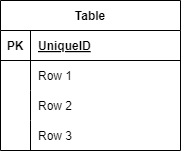
Earlier version of the draw.io export ER.png (nishimiyu0313/yamadamiyu-checktest1). Source tidied: cells renumbered, new cells last; positions are measured from the earlier drawing's top-left corner, leaving out a move shared by most shapes. Source of this version:
```xml
<mxGraphModel>
  <root>
    <mxCell id="0" />
    <mxCell id="1" parent="0" />
    <mxCell id="2" value="Table" style="shape=table;startSize=30;rowLines=0;fontStyle=1;align=center;" parent="1" vertex="1">
      <mxGeometry width="180" height="150" as="geometry" />
    </mxCell>
    <mxCell id="3" style="shape=tableRow;horizontal=0;startSize=0;swimlaneHead=0;swimlaneBody=0;fillColor=none;top=0;left=0;right=0;bottom=1;" parent="2" vertex="1">
      <mxGeometry y="30" width="180" height="30" as="geometry" />
    </mxCell>
    <mxCell id="4" value="PK" style="shape=partialRectangle;fillColor=none;top=0;left=0;bottom=0;right=0;fontStyle=1;overflow=hidden;" parent="3" vertex="1">
      <mxGeometry width="30" height="30" as="geometry" />
    </mxCell>
    <mxCell id="5" value="UniqueID" style="shape=partialRectangle;fillColor=none;top=0;left=0;bottom=0;right=0;align=left;spacingLeft=6;fontStyle=5;overflow=hidden;" parent="3" vertex="1">
      <mxGeometry x="30" width="150" height="30" as="geometry" />
    </mxCell>
    <mxCell id="6" style="shape=tableRow;horizontal=0;startSize=0;swimlaneHead=0;swimlaneBody=0;fillColor=none;top=0;left=0;right=0;bottom=0;" parent="2" vertex="1">
      <mxGeometry y="60" width="180" height="30" as="geometry" />
    </mxCell>
    <mxCell id="7" style="shape=partialRectangle;fillColor=none;top=0;left=0;bottom=0;right=0;overflow=hidden;" parent="6" vertex="1">
      <mxGeometry width="30" height="30" as="geometry" />
    </mxCell>
    <mxCell id="8" value="Row 1" style="shape=partialRectangle;fillColor=none;top=0;left=0;bottom=0;right=0;align=left;spacingLeft=6;overflow=hidden;" parent="6" vertex="1">
      <mxGeometry x="30" width="150" height="30" as="geometry" />
    </mxCell>
    <mxCell id="9" style="shape=tableRow;horizontal=0;startSize=0;swimlaneHead=0;swimlaneBody=0;fillColor=none;points=[[0,0.5],[1,0.5]];portConstraint=eastwest;top=0;left=0;right=0;bottom=0;" parent="2" vertex="1">
      <mxGeometry y="90" width="180" height="30" as="geometry" />
    </mxCell>
    <mxCell id="10" style="shape=partialRectangle;fillColor=none;top=0;left=0;bottom=0;right=0;overflow=hidden;" parent="9" vertex="1">
      <mxGeometry width="30" height="30" as="geometry" />
    </mxCell>
    <mxCell id="11" value="Row 2" style="shape=partialRectangle;fillColor=none;top=0;left=0;bottom=0;right=0;align=left;spacingLeft=6;overflow=hidden;" parent="9" vertex="1">
      <mxGeometry x="30" width="150" height="30" as="geometry" />
    </mxCell>
    <mxCell id="12" style="shape=tableRow;horizontal=0;startSize=0;swimlaneHead=0;swimlaneBody=0;fillColor=none;top=0;left=0;right=0;bottom=0;" parent="2" vertex="1">
      <mxGeometry y="120" width="180" height="30" as="geometry" />
    </mxCell>
    <mxCell id="13" style="shape=partialRectangle;fillColor=none;top=0;left=0;bottom=0;right=0;overflow=hidden;" parent="12" vertex="1">
      <mxGeometry width="30" height="30" as="geometry" />
    </mxCell>
    <mxCell id="14" value="Row 3" style="shape=partialRectangle;fillColor=none;top=0;left=0;bottom=0;right=0;align=left;spacingLeft=6;overflow=hidden;" parent="12" vertex="1">
      <mxGeometry x="30" width="150" height="30" as="geometry" />
    </mxCell>
  </root>
</mxGraphModel>
```
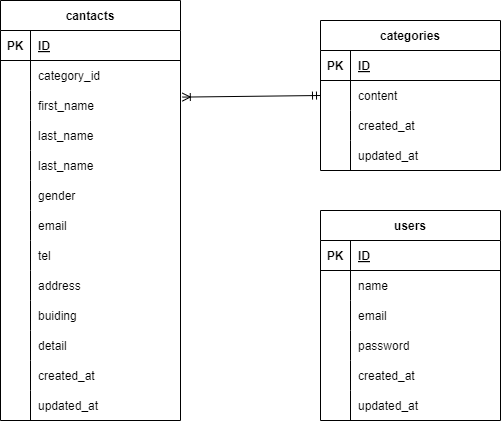
The same file after the commit.

Commit message:
リモートリポジトリの変更

Diff of the diagram source:
```diff
@@ -2,8 +2,8 @@
   <root>
     <mxCell id="0" />
     <mxCell id="1" parent="0" />
-    <mxCell id="2" value="Table" style="shape=table;startSize=30;rowLines=0;fontStyle=1;align=center;" parent="1" vertex="1">
-      <mxGeometry width="180" height="150" as="geometry" />
+    <mxCell id="2" value="cantacts" style="shape=table;startSize=30;rowLines=0;fontStyle=1;align=center;" parent="1" vertex="1">
+      <mxGeometry width="180" height="420" as="geometry" />
     </mxCell>
     <mxCell id="3" style="shape=tableRow;horizontal=0;startSize=0;swimlaneHead=0;swimlaneBody=0;fillColor=none;top=0;left=0;right=0;bottom=1;" parent="2" vertex="1">
       <mxGeometry y="30" width="180" height="30" as="geometry" />
@@ -11,7 +11,7 @@
     <mxCell id="4" value="PK" style="shape=partialRectangle;fillColor=none;top=0;left=0;bottom=0;right=0;fontStyle=1;overflow=hidden;" parent="3" vertex="1">
       <mxGeometry width="30" height="30" as="geometry" />
     </mxCell>
-    <mxCell id="5" value="UniqueID" style="shape=partialRectangle;fillColor=none;top=0;left=0;bottom=0;right=0;align=left;spacingLeft=6;fontStyle=5;overflow=hidden;" parent="3" vertex="1">
+    <mxCell id="5" value="ID" style="shape=partialRectangle;fillColor=none;top=0;left=0;bottom=0;right=0;align=left;spacingLeft=6;fontStyle=5;overflow=hidden;" parent="3" vertex="1">
       <mxGeometry x="30" width="150" height="30" as="geometry" />
     </mxCell>
     <mxCell id="6" style="shape=tableRow;horizontal=0;startSize=0;swimlaneHead=0;swimlaneBody=0;fillColor=none;top=0;left=0;right=0;bottom=0;" parent="2" vertex="1">
@@ -20,7 +20,7 @@
     <mxCell id="7" style="shape=partialRectangle;fillColor=none;top=0;left=0;bottom=0;right=0;overflow=hidden;" parent="6" vertex="1">
       <mxGeometry width="30" height="30" as="geometry" />
     </mxCell>
-    <mxCell id="8" value="Row 1" style="shape=partialRectangle;fillColor=none;top=0;left=0;bottom=0;right=0;align=left;spacingLeft=6;overflow=hidden;" parent="6" vertex="1">
+    <mxCell id="8" value="category_id" style="shape=partialRectangle;fillColor=none;top=0;left=0;bottom=0;right=0;align=left;spacingLeft=6;overflow=hidden;" parent="6" vertex="1">
       <mxGeometry x="30" width="150" height="30" as="geometry" />
     </mxCell>
     <mxCell id="9" style="shape=tableRow;horizontal=0;startSize=0;swimlaneHead=0;swimlaneBody=0;fillColor=none;points=[[0,0.5],[1,0.5]];portConstraint=eastwest;top=0;left=0;right=0;bottom=0;" parent="2" vertex="1">
@@ -29,7 +29,7 @@
     <mxCell id="10" style="shape=partialRectangle;fillColor=none;top=0;left=0;bottom=0;right=0;overflow=hidden;" parent="9" vertex="1">
       <mxGeometry width="30" height="30" as="geometry" />
     </mxCell>
-    <mxCell id="11" value="Row 2" style="shape=partialRectangle;fillColor=none;top=0;left=0;bottom=0;right=0;align=left;spacingLeft=6;overflow=hidden;" parent="9" vertex="1">
+    <mxCell id="11" value="first_name" style="shape=partialRectangle;fillColor=none;top=0;left=0;bottom=0;right=0;align=left;spacingLeft=6;overflow=hidden;" parent="9" vertex="1">
       <mxGeometry x="30" width="150" height="30" as="geometry" />
     </mxCell>
     <mxCell id="12" style="shape=tableRow;horizontal=0;startSize=0;swimlaneHead=0;swimlaneBody=0;fillColor=none;top=0;left=0;right=0;bottom=0;" parent="2" vertex="1">
@@ -38,8 +38,188 @@
     <mxCell id="13" style="shape=partialRectangle;fillColor=none;top=0;left=0;bottom=0;right=0;overflow=hidden;" parent="12" vertex="1">
       <mxGeometry width="30" height="30" as="geometry" />
     </mxCell>
-    <mxCell id="14" value="Row 3" style="shape=partialRectangle;fillColor=none;top=0;left=0;bottom=0;right=0;align=left;spacingLeft=6;overflow=hidden;" parent="12" vertex="1">
+    <mxCell id="14" value="last_name" style="shape=partialRectangle;fillColor=none;top=0;left=0;bottom=0;right=0;align=left;spacingLeft=6;overflow=hidden;" parent="12" vertex="1">
       <mxGeometry x="30" width="150" height="30" as="geometry" />
     </mxCell>
+    <mxCell id="15" style="shape=tableRow;horizontal=0;startSize=0;swimlaneHead=0;swimlaneBody=0;fillColor=none;top=0;left=0;right=0;bottom=0;" parent="2" vertex="1">
+      <mxGeometry y="150" width="180" height="30" as="geometry" />
+    </mxCell>
+    <mxCell id="16" style="shape=partialRectangle;fillColor=none;top=0;left=0;bottom=0;right=0;overflow=hidden;" parent="15" vertex="1">
+      <mxGeometry width="30" height="30" as="geometry" />
+    </mxCell>
+    <mxCell id="17" value="last_name" style="shape=partialRectangle;fillColor=none;top=0;left=0;bottom=0;right=0;align=left;spacingLeft=6;overflow=hidden;" parent="15" vertex="1">
+      <mxGeometry x="30" width="150" height="30" as="geometry" />
+    </mxCell>
+    <mxCell id="18" style="shape=tableRow;horizontal=0;startSize=0;swimlaneHead=0;swimlaneBody=0;fillColor=none;top=0;left=0;right=0;bottom=0;" parent="2" vertex="1">
+      <mxGeometry y="180" width="180" height="30" as="geometry" />
+    </mxCell>
+    <mxCell id="19" style="shape=partialRectangle;fillColor=none;top=0;left=0;bottom=0;right=0;overflow=hidden;" parent="18" vertex="1">
+      <mxGeometry width="30" height="30" as="geometry" />
+    </mxCell>
+    <mxCell id="20" value="gender" style="shape=partialRectangle;fillColor=none;top=0;left=0;bottom=0;right=0;align=left;spacingLeft=6;overflow=hidden;" parent="18" vertex="1">
+      <mxGeometry x="30" width="150" height="30" as="geometry" />
+    </mxCell>
+    <mxCell id="21" style="shape=tableRow;horizontal=0;startSize=0;swimlaneHead=0;swimlaneBody=0;fillColor=none;top=0;left=0;right=0;bottom=0;" parent="2" vertex="1">
+      <mxGeometry y="210" width="180" height="30" as="geometry" />
+    </mxCell>
+    <mxCell id="22" style="shape=partialRectangle;fillColor=none;top=0;left=0;bottom=0;right=0;overflow=hidden;" parent="21" vertex="1">
+      <mxGeometry width="30" height="30" as="geometry" />
+    </mxCell>
+    <mxCell id="23" value="email" style="shape=partialRectangle;fillColor=none;top=0;left=0;bottom=0;right=0;align=left;spacingLeft=6;overflow=hidden;" parent="21" vertex="1">
+      <mxGeometry x="30" width="150" height="30" as="geometry" />
+    </mxCell>
+    <mxCell id="24" style="shape=tableRow;horizontal=0;startSize=0;swimlaneHead=0;swimlaneBody=0;fillColor=none;top=0;left=0;right=0;bottom=0;" parent="2" vertex="1">
+      <mxGeometry y="240" width="180" height="30" as="geometry" />
+    </mxCell>
+    <mxCell id="25" style="shape=partialRectangle;fillColor=none;top=0;left=0;bottom=0;right=0;overflow=hidden;" parent="24" vertex="1">
+      <mxGeometry width="30" height="30" as="geometry" />
+    </mxCell>
+    <mxCell id="26" value="tel" style="shape=partialRectangle;fillColor=none;top=0;left=0;bottom=0;right=0;align=left;spacingLeft=6;overflow=hidden;" parent="24" vertex="1">
+      <mxGeometry x="30" width="150" height="30" as="geometry" />
+    </mxCell>
+    <mxCell id="27" style="shape=tableRow;horizontal=0;startSize=0;swimlaneHead=0;swimlaneBody=0;fillColor=none;top=0;left=0;right=0;bottom=0;" parent="2" vertex="1">
+      <mxGeometry y="270" width="180" height="30" as="geometry" />
+    </mxCell>
+    <mxCell id="28" style="shape=partialRectangle;fillColor=none;top=0;left=0;bottom=0;right=0;overflow=hidden;" parent="27" vertex="1">
+      <mxGeometry width="30" height="30" as="geometry" />
+    </mxCell>
+    <mxCell id="29" value="address" style="shape=partialRectangle;fillColor=none;top=0;left=0;bottom=0;right=0;align=left;spacingLeft=6;overflow=hidden;" parent="27" vertex="1">
+      <mxGeometry x="30" width="150" height="30" as="geometry" />
+    </mxCell>
+    <mxCell id="30" style="shape=tableRow;horizontal=0;startSize=0;swimlaneHead=0;swimlaneBody=0;fillColor=none;top=0;left=0;right=0;bottom=0;" parent="2" vertex="1">
+      <mxGeometry y="300" width="180" height="30" as="geometry" />
+    </mxCell>
+    <mxCell id="31" style="shape=partialRectangle;fillColor=none;top=0;left=0;bottom=0;right=0;overflow=hidden;" parent="30" vertex="1">
+      <mxGeometry width="30" height="30" as="geometry" />
+    </mxCell>
+    <mxCell id="32" value="buiding" style="shape=partialRectangle;fillColor=none;top=0;left=0;bottom=0;right=0;align=left;spacingLeft=6;overflow=hidden;" parent="30" vertex="1">
+      <mxGeometry x="30" width="150" height="30" as="geometry" />
+    </mxCell>
+    <mxCell id="33" style="shape=tableRow;horizontal=0;startSize=0;swimlaneHead=0;swimlaneBody=0;fillColor=none;top=0;left=0;right=0;bottom=0;" parent="2" vertex="1">
+      <mxGeometry y="330" width="180" height="30" as="geometry" />
+    </mxCell>
+    <mxCell id="34" style="shape=partialRectangle;fillColor=none;top=0;left=0;bottom=0;right=0;overflow=hidden;" parent="33" vertex="1">
+      <mxGeometry width="30" height="30" as="geometry" />
+    </mxCell>
+    <mxCell id="35" value="detail" style="shape=partialRectangle;fillColor=none;top=0;left=0;bottom=0;right=0;align=left;spacingLeft=6;overflow=hidden;" parent="33" vertex="1">
+      <mxGeometry x="30" width="150" height="30" as="geometry" />
+    </mxCell>
+    <mxCell id="36" style="shape=tableRow;horizontal=0;startSize=0;swimlaneHead=0;swimlaneBody=0;fillColor=none;top=0;left=0;right=0;bottom=0;" parent="2" vertex="1">
+      <mxGeometry y="360" width="180" height="30" as="geometry" />
+    </mxCell>
+    <mxCell id="37" style="shape=partialRectangle;fillColor=none;top=0;left=0;bottom=0;right=0;overflow=hidden;" parent="36" vertex="1">
+      <mxGeometry width="30" height="30" as="geometry" />
+    </mxCell>
+    <mxCell id="38" value="created_at" style="shape=partialRectangle;fillColor=none;top=0;left=0;bottom=0;right=0;align=left;spacingLeft=6;overflow=hidden;" parent="36" vertex="1">
+      <mxGeometry x="30" width="150" height="30" as="geometry" />
+    </mxCell>
+    <mxCell id="39" style="shape=tableRow;horizontal=0;startSize=0;swimlaneHead=0;swimlaneBody=0;fillColor=none;top=0;left=0;right=0;bottom=0;" parent="2" vertex="1">
+      <mxGeometry y="390" width="180" height="30" as="geometry" />
+    </mxCell>
+    <mxCell id="40" style="shape=partialRectangle;fillColor=none;top=0;left=0;bottom=0;right=0;overflow=hidden;" parent="39" vertex="1">
+      <mxGeometry width="30" height="30" as="geometry" />
+    </mxCell>
+    <mxCell id="41" value="updated_at" style="shape=partialRectangle;fillColor=none;top=0;left=0;bottom=0;right=0;align=left;spacingLeft=6;overflow=hidden;" parent="39" vertex="1">
+      <mxGeometry x="30" width="150" height="30" as="geometry" />
+    </mxCell>
+    <mxCell id="42" value="categories" style="shape=table;startSize=30;rowLines=0;fontStyle=1;align=center;" parent="1" vertex="1">
+      <mxGeometry x="320" y="20" width="180" height="150" as="geometry" />
+    </mxCell>
+    <mxCell id="43" style="shape=tableRow;horizontal=0;startSize=0;swimlaneHead=0;swimlaneBody=0;fillColor=none;top=0;left=0;right=0;bottom=1;" parent="42" vertex="1">
+      <mxGeometry y="30" width="180" height="30" as="geometry" />
+    </mxCell>
+    <mxCell id="44" value="PK" style="shape=partialRectangle;fillColor=none;top=0;left=0;bottom=0;right=0;fontStyle=1;overflow=hidden;" parent="43" vertex="1">
+      <mxGeometry width="30" height="30" as="geometry" />
+    </mxCell>
+    <mxCell id="45" value="ID" style="shape=partialRectangle;fillColor=none;top=0;left=0;bottom=0;right=0;align=left;spacingLeft=6;fontStyle=5;overflow=hidden;" parent="43" vertex="1">
+      <mxGeometry x="30" width="150" height="30" as="geometry" />
+    </mxCell>
+    <mxCell id="46" style="shape=tableRow;horizontal=0;startSize=0;swimlaneHead=0;swimlaneBody=0;fillColor=none;points=[[0,0.5],[1,0.5]];portConstraint=eastwest;top=0;left=0;right=0;bottom=0;" parent="42" vertex="1">
+      <mxGeometry y="60" width="180" height="30" as="geometry" />
+    </mxCell>
+    <mxCell id="47" style="shape=partialRectangle;fillColor=none;top=0;left=0;bottom=0;right=0;overflow=hidden;" parent="46" vertex="1">
+      <mxGeometry width="30" height="30" as="geometry" />
+    </mxCell>
+    <mxCell id="48" value="content" style="shape=partialRectangle;fillColor=none;top=0;left=0;bottom=0;right=0;align=left;spacingLeft=6;overflow=hidden;" parent="46" vertex="1">
+      <mxGeometry x="30" width="150" height="30" as="geometry" />
+    </mxCell>
+    <mxCell id="49" style="shape=tableRow;horizontal=0;startSize=0;swimlaneHead=0;swimlaneBody=0;fillColor=none;top=0;left=0;right=0;bottom=0;" parent="42" vertex="1">
+      <mxGeometry y="90" width="180" height="30" as="geometry" />
+    </mxCell>
+    <mxCell id="50" style="shape=partialRectangle;fillColor=none;top=0;left=0;bottom=0;right=0;overflow=hidden;" parent="49" vertex="1">
+      <mxGeometry width="30" height="30" as="geometry" />
+    </mxCell>
+    <mxCell id="51" value="created_at" style="shape=partialRectangle;fillColor=none;top=0;left=0;bottom=0;right=0;align=left;spacingLeft=6;overflow=hidden;" parent="49" vertex="1">
+      <mxGeometry x="30" width="150" height="30" as="geometry" />
+    </mxCell>
+    <mxCell id="52" style="shape=tableRow;horizontal=0;startSize=0;swimlaneHead=0;swimlaneBody=0;fillColor=none;top=0;left=0;right=0;bottom=0;" parent="42" vertex="1">
+      <mxGeometry y="120" width="180" height="30" as="geometry" />
+    </mxCell>
+    <mxCell id="53" style="shape=partialRectangle;fillColor=none;top=0;left=0;bottom=0;right=0;overflow=hidden;" parent="52" vertex="1">
+      <mxGeometry width="30" height="30" as="geometry" />
+    </mxCell>
+    <mxCell id="54" value="updated_at" style="shape=partialRectangle;fillColor=none;top=0;left=0;bottom=0;right=0;align=left;spacingLeft=6;overflow=hidden;" parent="52" vertex="1">
+      <mxGeometry x="30" width="150" height="30" as="geometry" />
+    </mxCell>
+    <mxCell id="55" style="fontSize=12;html=1;endArrow=ERoneToMany;startArrow=ERmandOne;exitX=0;exitY=0.5;exitDx=0;exitDy=0;entryX=1.01;entryY=0.22;entryDx=0;entryDy=0;entryPerimeter=0;" parent="1" edge="1" source="46" target="9">
+      <mxGeometry relative="1" as="geometry" />
+    </mxCell>
+    <mxCell id="56" value="users" style="shape=table;startSize=30;rowLines=0;fontStyle=1;align=center;" parent="1" vertex="1">
+      <mxGeometry x="320" y="210" width="180" height="210" as="geometry" />
+    </mxCell>
+    <mxCell id="57" style="shape=tableRow;horizontal=0;startSize=0;swimlaneHead=0;swimlaneBody=0;fillColor=none;top=0;left=0;right=0;bottom=1;" parent="56" vertex="1">
+      <mxGeometry y="30" width="180" height="30" as="geometry" />
+    </mxCell>
+    <mxCell id="58" value="PK" style="shape=partialRectangle;fillColor=none;top=0;left=0;bottom=0;right=0;fontStyle=1;overflow=hidden;" parent="57" vertex="1">
+      <mxGeometry width="30" height="30" as="geometry" />
+    </mxCell>
+    <mxCell id="59" value="ID" style="shape=partialRectangle;fillColor=none;top=0;left=0;bottom=0;right=0;align=left;spacingLeft=6;fontStyle=5;overflow=hidden;" parent="57" vertex="1">
+      <mxGeometry x="30" width="150" height="30" as="geometry" />
+    </mxCell>
+    <mxCell id="60" style="shape=tableRow;horizontal=0;startSize=0;swimlaneHead=0;swimlaneBody=0;fillColor=none;top=0;left=0;right=0;bottom=0;" parent="56" vertex="1">
+      <mxGeometry y="60" width="180" height="30" as="geometry" />
+    </mxCell>
+    <mxCell id="61" style="shape=partialRectangle;fillColor=none;top=0;left=0;bottom=0;right=0;overflow=hidden;" parent="60" vertex="1">
+      <mxGeometry width="30" height="30" as="geometry" />
+    </mxCell>
+    <mxCell id="62" value="name" style="shape=partialRectangle;fillColor=none;top=0;left=0;bottom=0;right=0;align=left;spacingLeft=6;overflow=hidden;" parent="60" vertex="1">
+      <mxGeometry x="30" width="150" height="30" as="geometry" />
+    </mxCell>
+    <mxCell id="63" style="shape=tableRow;horizontal=0;startSize=0;swimlaneHead=0;swimlaneBody=0;fillColor=none;top=0;left=0;right=0;bottom=0;" parent="56" vertex="1">
+      <mxGeometry y="90" width="180" height="30" as="geometry" />
+    </mxCell>
+    <mxCell id="64" style="shape=partialRectangle;fillColor=none;top=0;left=0;bottom=0;right=0;overflow=hidden;" parent="63" vertex="1">
+      <mxGeometry width="30" height="30" as="geometry" />
+    </mxCell>
+    <mxCell id="65" value="email" style="shape=partialRectangle;fillColor=none;top=0;left=0;bottom=0;right=0;align=left;spacingLeft=6;overflow=hidden;" parent="63" vertex="1">
+      <mxGeometry x="30" width="150" height="30" as="geometry" />
+    </mxCell>
+    <mxCell id="66" style="shape=tableRow;horizontal=0;startSize=0;swimlaneHead=0;swimlaneBody=0;fillColor=none;top=0;left=0;right=0;bottom=0;" parent="56" vertex="1">
+      <mxGeometry y="120" width="180" height="30" as="geometry" />
+    </mxCell>
+    <mxCell id="67" style="shape=partialRectangle;fillColor=none;top=0;left=0;bottom=0;right=0;overflow=hidden;" parent="66" vertex="1">
+      <mxGeometry width="30" height="30" as="geometry" />
+    </mxCell>
+    <mxCell id="68" value="password" style="shape=partialRectangle;fillColor=none;top=0;left=0;bottom=0;right=0;align=left;spacingLeft=6;overflow=hidden;" parent="66" vertex="1">
+      <mxGeometry x="30" width="150" height="30" as="geometry" />
+    </mxCell>
+    <mxCell id="69" style="shape=tableRow;horizontal=0;startSize=0;swimlaneHead=0;swimlaneBody=0;fillColor=none;top=0;left=0;right=0;bottom=0;" parent="56" vertex="1">
+      <mxGeometry y="150" width="180" height="30" as="geometry" />
+    </mxCell>
+    <mxCell id="70" style="shape=partialRectangle;fillColor=none;top=0;left=0;bottom=0;right=0;overflow=hidden;" parent="69" vertex="1">
+      <mxGeometry width="30" height="30" as="geometry" />
+    </mxCell>
+    <mxCell id="71" value="created_at" style="shape=partialRectangle;fillColor=none;top=0;left=0;bottom=0;right=0;align=left;spacingLeft=6;overflow=hidden;" parent="69" vertex="1">
+      <mxGeometry x="30" width="150" height="30" as="geometry" />
+    </mxCell>
+    <mxCell id="72" style="shape=tableRow;horizontal=0;startSize=0;swimlaneHead=0;swimlaneBody=0;fillColor=none;top=0;left=0;right=0;bottom=0;" parent="56" vertex="1">
+      <mxGeometry y="180" width="180" height="30" as="geometry" />
+    </mxCell>
+    <mxCell id="73" style="shape=partialRectangle;fillColor=none;top=0;left=0;bottom=0;right=0;overflow=hidden;" parent="72" vertex="1">
+      <mxGeometry width="30" height="30" as="geometry" />
+    </mxCell>
+    <mxCell id="74" value="updated_at" style="shape=partialRectangle;fillColor=none;top=0;left=0;bottom=0;right=0;align=left;spacingLeft=6;overflow=hidden;" parent="72" vertex="1">
+      <mxGeometry x="30" width="150" height="30" as="geometry" />
+    </mxCell>
   </root>
 </mxGraphModel>
```
